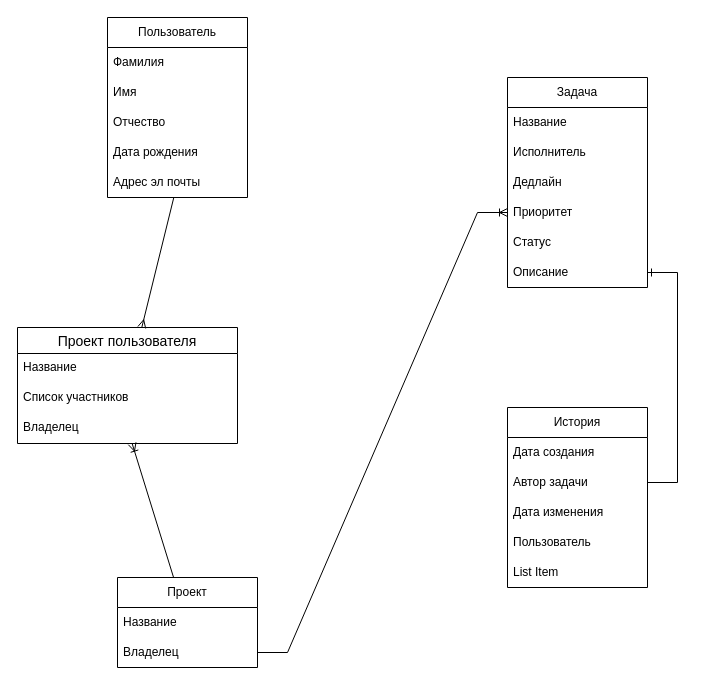
This is page "ER-диаграмма" (1 of 3) of doc/erd.drawio from DeeMassG/Task-Tracker, a draw.io file, before an edit. Source tidied: cells renumbered, new cells numbered last; positions are measured from the earlier drawing's top-left corner, leaving out a move shared by most shapes. Both pictures are drawn from the tidied source at 100%, with x=0, y=0 at pixel (17, 17).
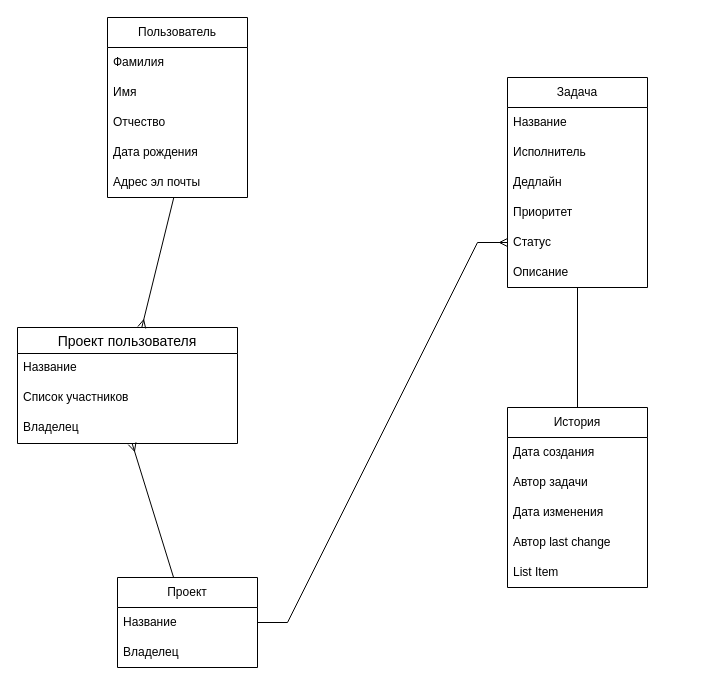
After the change.

The change refers to these unchanged cells:
```xml
<mxCell id="7" value="Адрес эл почты" style="text;strokeColor=none;fillColor=none;align=left;verticalAlign=middle;spacingLeft=4;spacingRight=4;overflow=hidden;points=[[0,0.5],[1,0.5]];portConstraint=eastwest;whiteSpace=wrap;html=1;" parent="2" vertex="1">
  <mxGeometry y="150" width="140" height="30" as="geometry" />
</mxCell>
<mxCell id="8" value="Проект" style="swimlane;fontStyle=0;horizontal=1;startSize=30;whiteSpace=wrap;html=1;" parent="1" vertex="1">
  <mxGeometry x="100" y="560" width="140" height="90" as="geometry" />
</mxCell>
<mxCell id="10" value="Владелец" style="text;strokeColor=none;fillColor=none;align=left;verticalAlign=middle;spacingLeft=4;spacingRight=4;overflow=hidden;points=[[0,0.5],[1,0.5]];portConstraint=eastwest;whiteSpace=wrap;html=1;" parent="8" vertex="1">
  <mxGeometry y="60" width="140" height="30" as="geometry" />
</mxCell>
<mxCell id="15" value="Приоритет" style="text;strokeColor=none;fillColor=none;align=left;verticalAlign=middle;spacingLeft=4;spacingRight=4;overflow=hidden;points=[[0,0.5],[1,0.5]];portConstraint=eastwest;whiteSpace=wrap;html=1;" parent="11" vertex="1">
  <mxGeometry y="120" width="140" height="30" as="geometry" />
</mxCell>
<mxCell id="16" value="Статус" style="text;strokeColor=none;fillColor=none;align=left;verticalAlign=middle;spacingLeft=4;spacingRight=4;overflow=hidden;points=[[0,0.5],[1,0.5]];portConstraint=eastwest;whiteSpace=wrap;html=1;" parent="11" vertex="1">
  <mxGeometry y="150" width="140" height="30" as="geometry" />
</mxCell>
<mxCell id="17" value="Описание" style="text;strokeColor=none;fillColor=none;align=left;verticalAlign=middle;spacingLeft=4;spacingRight=4;overflow=hidden;points=[[0,0.5],[1,0.5]];portConstraint=eastwest;whiteSpace=wrap;html=1;" parent="11" vertex="1">
  <mxGeometry y="180" width="140" height="30" as="geometry" />
</mxCell>
<mxCell id="18" value="История" style="swimlane;fontStyle=0;horizontal=1;startSize=30;whiteSpace=wrap;html=1;" parent="1" vertex="1">
  <mxGeometry x="490" y="390" width="140" height="180" as="geometry" />
</mxCell>
<mxCell id="20" value="Автор задачи" style="text;strokeColor=none;fillColor=none;align=left;verticalAlign=middle;spacingLeft=4;spacingRight=4;overflow=hidden;points=[[0,0.5],[1,0.5]];portConstraint=eastwest;whiteSpace=wrap;html=1;" parent="18" vertex="1">
  <mxGeometry y="60" width="140" height="30" as="geometry" />
</mxCell>
<mxCell id="26" value="Проект пользователя" style="swimlane;fontStyle=0;horizontal=1;startSize=26;align=center;fontSize=14;" parent="1" vertex="1">
  <mxGeometry y="310" width="220" height="116" as="geometry" />
</mxCell>
<mxCell id="29" value="Владелец" style="text;strokeColor=none;fillColor=none;spacingLeft=4;spacingRight=4;overflow=hidden;points=[[0,0.5],[1,0.5]];portConstraint=eastwest;fontSize=12;whiteSpace=wrap;html=1;" parent="26" vertex="1">
  <mxGeometry y="86" width="220" height="30" as="geometry" />
</mxCell>
```

What changed in the source:
```diff
@@
-    <mxCell id="22" value="Пользователь&amp;nbsp;" style="text;strokeColor=none;fillColor=none;align=left;verticalAlign=middle;spacingLeft=4;spacingRight=4;overflow=hidden;whiteSpace=wrap;html=1;" parent="18" vertex="1">
+    <mxCell id="22" value="Автор last change" style="text;strokeColor=none;fillColor=none;align=left;verticalAlign=middle;spacingLeft=4;spacingRight=4;overflow=hidden;whiteSpace=wrap;html=1;" parent="18" vertex="1">
       <mxGeometry y="120" width="140" height="30" as="geometry" />
     </mxCell>
@@
-    <mxCell id="24" style="edgeStyle=entityRelationEdgeStyle;fontSize=12;html=1;endArrow=ERoneToMany;rounded=0;" parent="1" edge="1" source="10" target="15">
-      <mxGeometry relative="1" as="geometry" />
-    </mxCell>
-    <mxCell id="25" style="edgeStyle=entityRelationEdgeStyle;fontSize=12;html=1;endArrow=ERone;endFill=1;rounded=0;" parent="1" edge="1" source="20" target="17">
-      <mxGeometry relative="1" as="geometry" />
-    </mxCell>
@@
+    <mxCell id="31" style="fontSize=12;html=1;endArrow=ERmany;rounded=0;" parent="1" edge="1" source="7" target="26">
+      <mxGeometry relative="1" as="geometry" />
+    </mxCell>
-    <mxCell id="30" style="fontSize=12;html=1;endArrow=ERoneToMany;rounded=0;" parent="1" edge="1" source="8" target="29">
+    <mxCell id="30" style="fontSize=12;html=1;endArrow=ERmany;rounded=0;" parent="1" edge="1" source="8" target="29">
       <mxGeometry relative="1" as="geometry" />
     </mxCell>
-    <mxCell id="31" style="fontSize=12;html=1;endArrow=ERmany;rounded=0;" parent="1" edge="1" source="7" target="26">
-      <mxGeometry relative="1" as="geometry" />
-    </mxCell>
+    <mxCell id="32" style="fontSize=12;html=1;endArrow=ERmany;rounded=0;edgeStyle=entityRelationEdgeStyle;" parent="1" edge="1" source="8" target="16">
+      <mxGeometry relative="1" as="geometry" />
+    </mxCell>
+    <mxCell id="33" style="endArrow=none;html=1;rounded=0;" parent="1" edge="1" source="18" target="17">
+      <mxGeometry relative="1" as="geometry" />
+    </mxCell>
```
